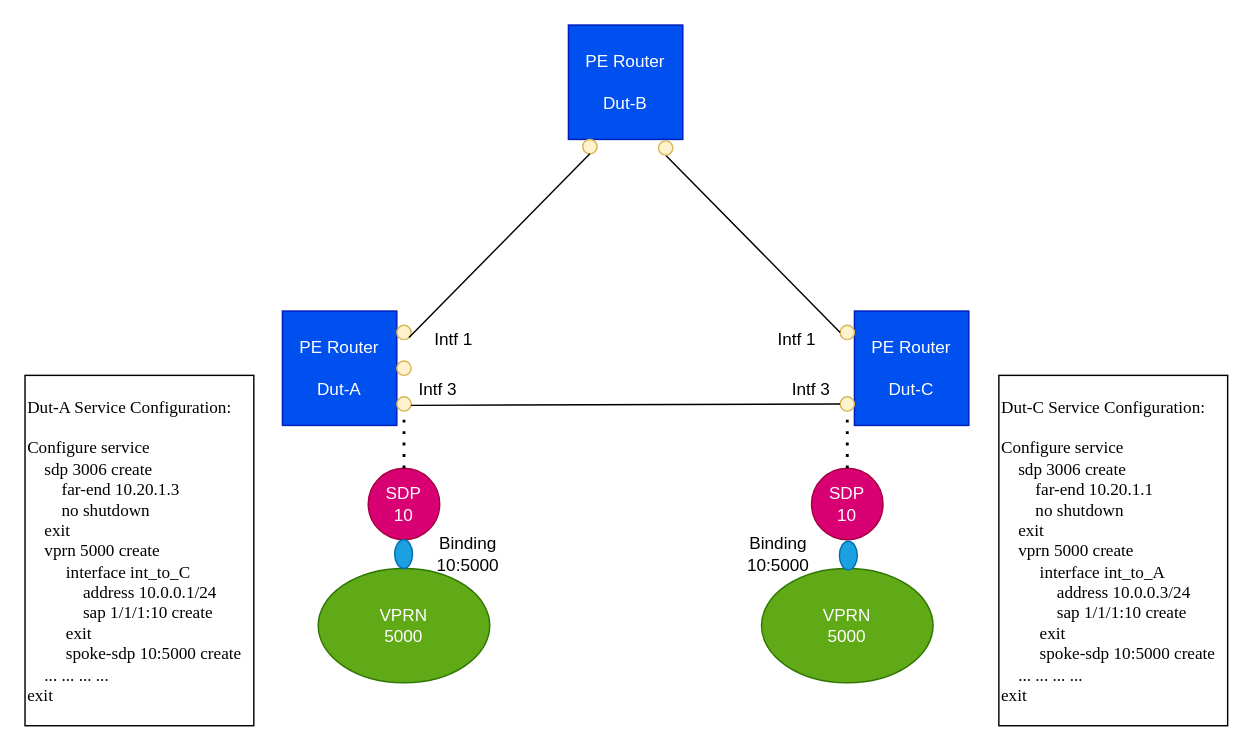
This is service_example.drawio from yangzi326/Python, a draw.io file, before an edit. Source tidied: cells renumbered, new cells numbered last; positions are measured from the earlier drawing's top-left corner, leaving out a move shared by most shapes. Both pictures are drawn from the tidied source at 143%, with x=0, y=0 at pixel (24, 24).
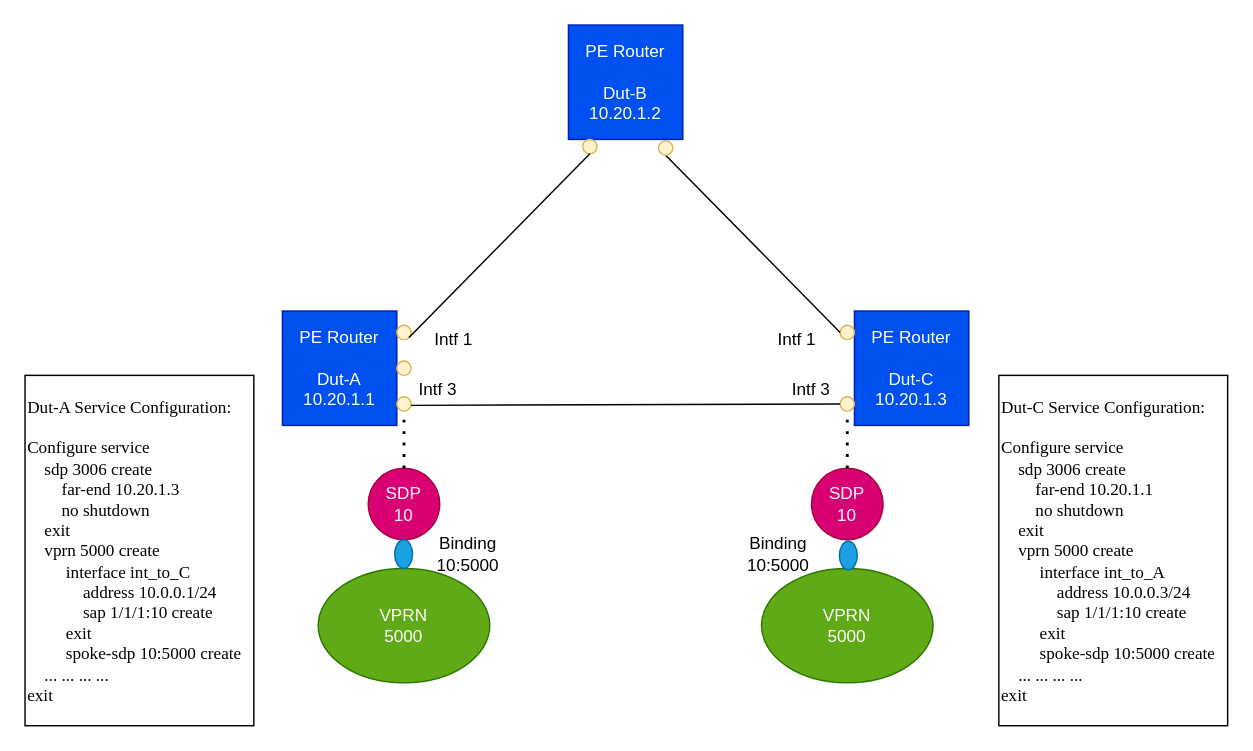
After the change.

Change to the diagram source:
```diff
@@
-    <mxCell id="2" value="PE Router&lt;br&gt;&lt;br&gt;Dut-C" style="whiteSpace=wrap;html=1;fillColor=#0050ef;strokeColor=#001DBC;fontColor=#ffffff;" parent="1" vertex="1">
+    <mxCell id="2" value="PE Router&lt;br&gt;&lt;br&gt;Dut-C&lt;br&gt;10.20.1.3" style="whiteSpace=wrap;html=1;fillColor=#0050ef;strokeColor=#001DBC;fontColor=#ffffff;" parent="1" vertex="1">
       <mxGeometry x="580" y="200" width="80" height="80" as="geometry" />
     </mxCell>
-    <mxCell id="3" value="PE Router&lt;br&gt;&lt;br&gt;Dut-A" style="whiteSpace=wrap;html=1;fillColor=#0050ef;strokeColor=#001DBC;fontColor=#ffffff;" parent="1" vertex="1">
+    <mxCell id="3" value="PE Router&lt;br&gt;&lt;br&gt;Dut-A&lt;br&gt;10.20.1.1" style="whiteSpace=wrap;html=1;fillColor=#0050ef;strokeColor=#001DBC;fontColor=#ffffff;" parent="1" vertex="1">
       <mxGeometry x="180" y="200" width="80" height="80" as="geometry" />
     </mxCell>
-    <mxCell id="4" value="PE Router&lt;br&gt;&lt;br&gt;Dut-B" style="whiteSpace=wrap;html=1;fillColor=#0050ef;fontColor=#ffffff;strokeColor=#001DBC;" parent="1" vertex="1">
+    <mxCell id="4" value="PE Router&lt;br&gt;&lt;br&gt;Dut-B&lt;br&gt;10.20.1.2" style="whiteSpace=wrap;html=1;fillColor=#0050ef;fontColor=#ffffff;strokeColor=#001DBC;" parent="1" vertex="1">
       <mxGeometry x="380" width="80" height="80" as="geometry" />
     </mxCell>
```
